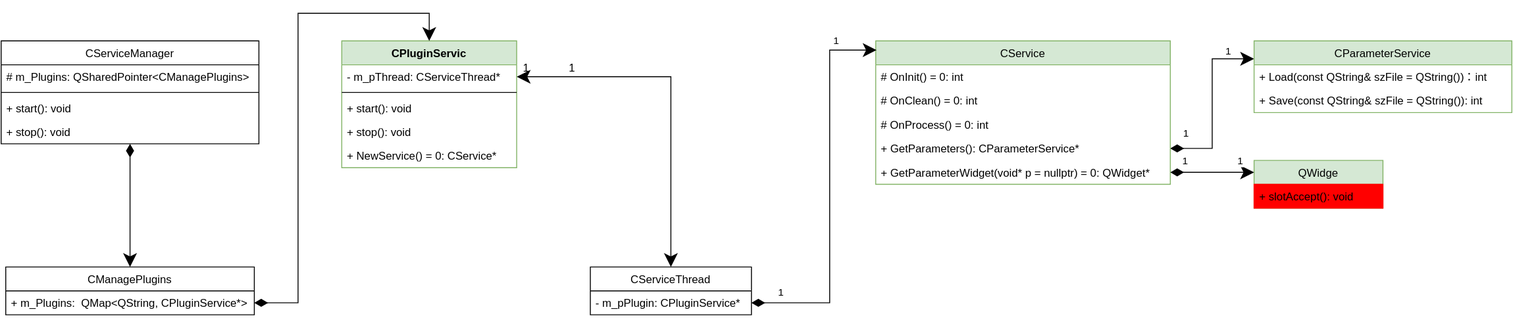
The draw.io diagram docs/Image/PluginServiceAPI.svg in KangLin/RabbitRemoteControl, before a commit. Source tidied: cells renumbered, new cells last; positions are measured from the earlier drawing's top-left corner, leaving out a move shared by most shapes. Source of this version:
```xml
<mxGraphModel>
  <root>
    <mxCell id="0" />
    <mxCell id="1" parent="0" />
    <mxCell id="2" style="edgeStyle=orthogonalEdgeStyle;rounded=0;jettySize=auto;html=1;entryX=0.5;entryY=0;entryDx=0;entryDy=0;startArrow=diamondThin;startFill=1;endSize=12;startSize=12;" parent="1" edge="1" source="3" target="32">
      <mxGeometry relative="1" as="geometry" />
    </mxCell>
    <mxCell id="3" value="CServiceManager" style="swimlane;fontStyle=0;horizontal=1;startSize=26;fillColor=none;" parent="1" vertex="1">
      <mxGeometry width="280" height="112" as="geometry" />
    </mxCell>
    <mxCell id="4" value="# m_Plugins: QSharedPointer&lt;CManagePlugins&gt;" style="text;strokeColor=none;fillColor=none;align=left;verticalAlign=top;spacingLeft=4;spacingRight=4;overflow=hidden;" parent="3" vertex="1">
      <mxGeometry y="26" width="280" height="26" as="geometry" />
    </mxCell>
    <mxCell id="5" style="line;strokeWidth=1;fillColor=none;align=left;verticalAlign=middle;spacingTop=-1;spacingLeft=3;spacingRight=3;labelPosition=right;" parent="3" vertex="1">
      <mxGeometry y="52" width="280" height="8" as="geometry" />
    </mxCell>
    <mxCell id="6" value="+ start(): void" style="text;strokeColor=none;fillColor=none;align=left;verticalAlign=top;spacingLeft=4;spacingRight=4;overflow=hidden;" parent="3" vertex="1">
      <mxGeometry y="60" width="280" height="26" as="geometry" />
    </mxCell>
    <mxCell id="7" value="+ stop(): void" style="text;strokeColor=none;fillColor=none;align=left;verticalAlign=top;spacingLeft=4;spacingRight=4;overflow=hidden;" parent="3" vertex="1">
      <mxGeometry y="86" width="280" height="26" as="geometry" />
    </mxCell>
    <mxCell id="8" style="edgeStyle=orthogonalEdgeStyle;rounded=0;jettySize=auto;html=1;exitX=1;exitY=0.75;exitDx=0;exitDy=0;entryX=0;entryY=0.25;entryDx=0;entryDy=0;startArrow=diamondThin;startFill=1;startSize=12;endSize=12;" parent="1" edge="1" source="11" target="28">
      <mxGeometry relative="1" as="geometry" />
    </mxCell>
    <mxCell id="9" value="1" style="edgeLabel;html=1;align=center;verticalAlign=middle;" parent="8" vertex="1">
      <mxGeometry x="0.69" y="-1" relative="1" as="geometry">
        <mxPoint x="1" y="-10" as="offset" />
      </mxGeometry>
    </mxCell>
    <mxCell id="10" value="1" style="edgeLabel;html=1;align=center;verticalAlign=middle;" parent="8" vertex="1">
      <mxGeometry x="-0.68" y="-1" relative="1" as="geometry">
        <mxPoint x="-14" y="-18" as="offset" />
      </mxGeometry>
    </mxCell>
    <mxCell id="11" value="CService" style="swimlane;fontStyle=0;horizontal=1;startSize=26;fillColor=#d5e8d4;strokeColor=#82b366;" parent="1" vertex="1">
      <mxGeometry x="950" width="320" height="156" as="geometry" />
    </mxCell>
    <mxCell id="12" value="# OnInit() = 0: int" style="text;strokeColor=none;fillColor=none;align=left;verticalAlign=top;spacingLeft=4;spacingRight=4;overflow=hidden;" parent="11" vertex="1">
      <mxGeometry y="26" width="320" height="26" as="geometry" />
    </mxCell>
    <mxCell id="13" value="# OnClean() = 0: int" style="text;strokeColor=none;fillColor=none;align=left;verticalAlign=top;spacingLeft=4;spacingRight=4;overflow=hidden;" parent="11" vertex="1">
      <mxGeometry y="52" width="320" height="26" as="geometry" />
    </mxCell>
    <mxCell id="14" value="# OnProcess() = 0: int" style="text;strokeColor=none;fillColor=none;align=left;verticalAlign=top;spacingLeft=4;spacingRight=4;overflow=hidden;" parent="11" vertex="1">
      <mxGeometry y="78" width="320" height="26" as="geometry" />
    </mxCell>
    <mxCell id="15" value="+ GetParameters(): CParameterService*" style="text;strokeColor=none;fillColor=none;align=left;verticalAlign=top;spacingLeft=4;spacingRight=4;overflow=hidden;" parent="11" vertex="1">
      <mxGeometry y="104" width="320" height="26" as="geometry" />
    </mxCell>
    <mxCell id="16" value="+ GetParameterWidget(void* p = nullptr) = 0: QWidget*" style="text;strokeColor=none;fillColor=none;align=left;verticalAlign=top;spacingLeft=4;spacingRight=4;overflow=hidden;points=[[0,0.5],[1,0.5]];portConstraint=eastwest;" parent="11" vertex="1">
      <mxGeometry y="130" width="320" height="26" as="geometry" />
    </mxCell>
    <mxCell id="17" value="CPluginServic" style="swimlane;fontStyle=1;align=center;verticalAlign=top;horizontal=1;startSize=26;fillColor=#d5e8d4;strokeColor=#82b366;" parent="1" vertex="1">
      <mxGeometry x="370" width="190" height="138" as="geometry" />
    </mxCell>
    <mxCell id="18" value="- m_pThread: CServiceThread*" style="text;strokeColor=none;fillColor=none;align=left;verticalAlign=top;spacingLeft=4;spacingRight=4;overflow=hidden;points=[[0,0.5],[1,0.5]];portConstraint=eastwest;" parent="17" vertex="1">
      <mxGeometry y="26" width="190" height="26" as="geometry" />
    </mxCell>
    <mxCell id="19" style="line;strokeWidth=1;fillColor=none;align=left;verticalAlign=middle;spacingTop=-1;spacingLeft=3;spacingRight=3;labelPosition=right;" parent="17" vertex="1">
      <mxGeometry y="52" width="190" height="8" as="geometry" />
    </mxCell>
    <mxCell id="20" value="+ start(): void" style="text;strokeColor=none;fillColor=none;align=left;verticalAlign=top;spacingLeft=4;spacingRight=4;overflow=hidden;" parent="17" vertex="1">
      <mxGeometry y="60" width="190" height="26" as="geometry" />
    </mxCell>
    <mxCell id="21" value="+ stop(): void&#10;&#10;&#10;" style="text;strokeColor=none;fillColor=none;align=left;verticalAlign=top;spacingLeft=4;spacingRight=4;overflow=hidden;" parent="17" vertex="1">
      <mxGeometry y="86" width="190" height="26" as="geometry" />
    </mxCell>
    <mxCell id="22" value="+ NewService() = 0: CService*" style="text;strokeColor=none;fillColor=none;align=left;verticalAlign=top;spacingLeft=4;spacingRight=4;overflow=hidden;" parent="17" vertex="1">
      <mxGeometry y="112" width="190" height="26" as="geometry" />
    </mxCell>
    <mxCell id="23" style="edgeStyle=orthogonalEdgeStyle;rounded=0;jettySize=auto;html=1;startArrow=diamondThin;startFill=1;startSize=12;endSize=12;exitX=1;exitY=0.75;exitDx=0;exitDy=0;entryX=0.003;entryY=0.064;entryDx=0;entryDy=0;entryPerimeter=0;" parent="1" edge="1" source="26" target="11">
      <mxGeometry relative="1" as="geometry">
        <Array as="points">
          <mxPoint x="900" y="285" />
          <mxPoint x="900" y="10" />
        </Array>
      </mxGeometry>
    </mxCell>
    <mxCell id="24" value="1" style="edgeLabel;html=1;align=center;verticalAlign=middle;" parent="23" vertex="1">
      <mxGeometry x="0.86" y="-1" relative="1" as="geometry">
        <mxPoint x="-16" y="-11" as="offset" />
      </mxGeometry>
    </mxCell>
    <mxCell id="25" value="&lt;div&gt;1&lt;/div&gt;" style="edgeLabel;html=1;align=center;verticalAlign=middle;" parent="23" vertex="1">
      <mxGeometry x="-0.85" y="1" relative="1" as="geometry">
        <mxPoint y="-11" as="offset" />
      </mxGeometry>
    </mxCell>
    <mxCell id="26" value="CServiceThread" style="swimlane;fontStyle=0;horizontal=1;startSize=26;fillColor=none;" parent="1" vertex="1">
      <mxGeometry x="640" y="246" width="175" height="52" as="geometry" />
    </mxCell>
    <mxCell id="27" value="- m_pPlugin: CPluginService*" style="text;strokeColor=none;fillColor=none;align=left;verticalAlign=top;spacingLeft=4;spacingRight=4;overflow=hidden;" parent="26" vertex="1">
      <mxGeometry y="26" width="175" height="26" as="geometry" />
    </mxCell>
    <mxCell id="28" value="CParameterService" style="swimlane;fontStyle=0;horizontal=1;startSize=26;fillColor=#d5e8d4;strokeColor=#82b366;" parent="1" vertex="1">
      <mxGeometry x="1361" width="280" height="78" as="geometry" />
    </mxCell>
    <mxCell id="29" value="+ Load(const QString&amp; szFile = QString())：int" style="text;strokeColor=none;fillColor=none;align=left;verticalAlign=top;spacingLeft=4;spacingRight=4;overflow=hidden;" parent="28" vertex="1">
      <mxGeometry y="26" width="280" height="26" as="geometry" />
    </mxCell>
    <mxCell id="30" value="+ Save(const QString&amp; szFile = QString()): int" style="text;strokeColor=none;fillColor=none;align=left;verticalAlign=top;spacingLeft=4;spacingRight=4;overflow=hidden;" parent="28" vertex="1">
      <mxGeometry y="52" width="280" height="26" as="geometry" />
    </mxCell>
    <mxCell id="31" style="edgeStyle=orthogonalEdgeStyle;rounded=0;jettySize=auto;html=1;exitX=1;exitY=0.5;exitDx=0;exitDy=0;entryX=0.5;entryY=0;entryDx=0;entryDy=0;startArrow=diamondThin;startFill=1;startSize=12;endSize=12;" parent="1" edge="1" source="33" target="17">
      <mxGeometry relative="1" as="geometry" />
    </mxCell>
    <mxCell id="32" value="CManagePlugins" style="swimlane;fontStyle=0;horizontal=1;startSize=26;fillColor=none;" parent="1" vertex="1">
      <mxGeometry x="5" y="246" width="270" height="52" as="geometry" />
    </mxCell>
    <mxCell id="33" value="+ m_Plugins:  QMap&lt;QString, CPluginService*&gt;" style="text;strokeColor=none;fillColor=none;align=left;verticalAlign=top;spacingLeft=4;spacingRight=4;overflow=hidden;points=[[0,0.5],[1,0.5]];portConstraint=eastwest;" parent="32" vertex="1">
      <mxGeometry y="26" width="270" height="26" as="geometry" />
    </mxCell>
    <mxCell id="34" value="QWidge" style="swimlane;fontStyle=0;horizontal=1;startSize=26;fillColor=#d5e8d4;strokeColor=#82b366;" parent="1" vertex="1">
      <mxGeometry x="1361" y="130" width="140" height="52" as="geometry" />
    </mxCell>
    <mxCell id="35" value="+ slotAccept(): void " style="text;strokeColor=#FF0000;fillColor=#FF0000;align=left;verticalAlign=top;spacingLeft=4;spacingRight=4;overflow=hidden;" parent="34" vertex="1">
      <mxGeometry y="26" width="140" height="26" as="geometry" />
    </mxCell>
    <mxCell id="36" style="edgeStyle=orthogonalEdgeStyle;rounded=0;jettySize=auto;html=1;exitX=1;exitY=0.5;exitDx=0;exitDy=0;entryX=0;entryY=0.25;entryDx=0;entryDy=0;startArrow=diamondThin;startFill=1;startSize=12;endSize=12;" parent="1" edge="1" source="16" target="34">
      <mxGeometry relative="1" as="geometry" />
    </mxCell>
    <mxCell id="37" value="1" style="edgeLabel;html=1;align=center;verticalAlign=middle;" parent="36" vertex="1">
      <mxGeometry x="-0.67" relative="1" as="geometry">
        <mxPoint y="-13" as="offset" />
      </mxGeometry>
    </mxCell>
    <mxCell id="38" value="1" style="edgeLabel;html=1;align=center;verticalAlign=middle;" parent="36" vertex="1">
      <mxGeometry x="0.66" y="1" relative="1" as="geometry">
        <mxPoint y="-12" as="offset" />
      </mxGeometry>
    </mxCell>
    <mxCell id="39" style="edgeStyle=orthogonalEdgeStyle;rounded=0;jettySize=auto;html=1;startArrow=classic;startFill=1;endArrow=classic;endFill=1;exitX=0.5;exitY=0;exitDx=0;exitDy=0;endSize=12;startSize=12;" parent="1" edge="1" source="26" target="18">
      <mxGeometry relative="1" as="geometry" />
    </mxCell>
    <mxCell id="40" value="1" style="text;html=1;align=center;verticalAlign=middle;strokeColor=none;fillColor=none;" parent="1" vertex="1">
      <mxGeometry x="560" y="20" width="20" height="20" as="geometry" />
    </mxCell>
    <mxCell id="41" value="1" style="text;html=1;align=center;verticalAlign=middle;strokeColor=none;fillColor=none;" parent="1" vertex="1">
      <mxGeometry x="610" y="20" width="20" height="20" as="geometry" />
    </mxCell>
  </root>
</mxGraphModel>
```
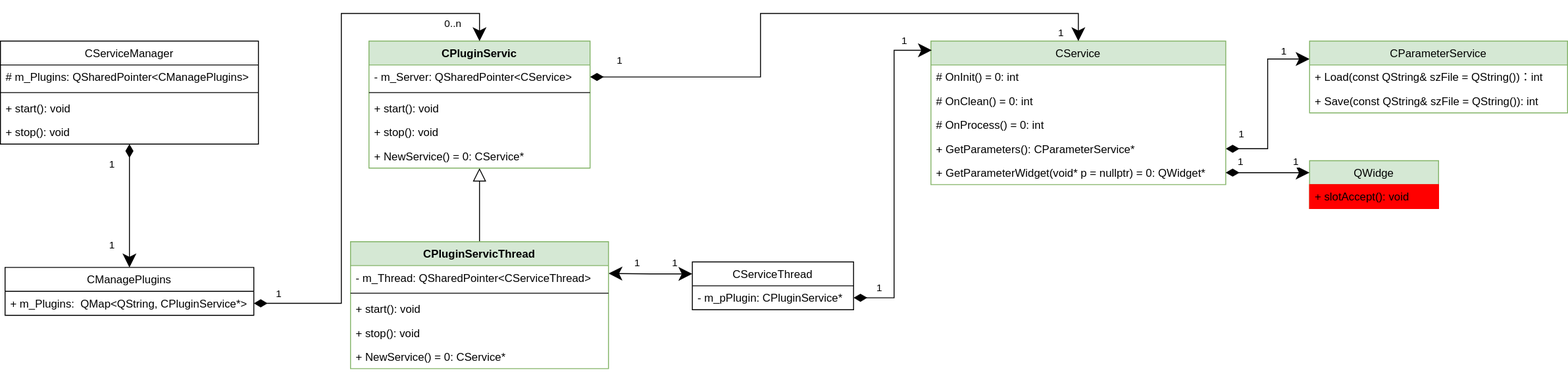
The same diagram one commit later.

Diff of the diagram source:
```diff
@@ -5,8 +5,18 @@
     <mxCell id="2" style="edgeStyle=orthogonalEdgeStyle;rounded=0;jettySize=auto;html=1;entryX=0.5;entryY=0;entryDx=0;entryDy=0;startArrow=diamondThin;startFill=1;endSize=12;startSize=12;" parent="1" edge="1" source="3" target="32">
       <mxGeometry relative="1" as="geometry" />
     </mxCell>
+    <mxCell id="42" value="1" style="edgeLabel;html=1;align=center;verticalAlign=middle;" parent="2" vertex="1">
+      <mxGeometry x="-0.69" y="-4" relative="1" as="geometry">
+        <mxPoint x="-16" as="offset" />
+      </mxGeometry>
+    </mxCell>
+    <mxCell id="43" value="1" style="edgeLabel;html=1;align=center;verticalAlign=middle;" parent="2" vertex="1">
+      <mxGeometry x="0.63" y="-2" relative="1" as="geometry">
+        <mxPoint x="-18" as="offset" />
+      </mxGeometry>
+    </mxCell>
     <mxCell id="3" value="CServiceManager" style="swimlane;fontStyle=0;horizontal=1;startSize=26;fillColor=none;" parent="1" vertex="1">
-      <mxGeometry width="280" height="112" as="geometry" />
+      <mxGeometry x="-60" width="280" height="112" as="geometry" />
     </mxCell>
     <mxCell id="4" value="# m_Plugins: QSharedPointer&lt;CManagePlugins&gt;" style="text;strokeColor=none;fillColor=none;align=left;verticalAlign=top;spacingLeft=4;spacingRight=4;overflow=hidden;" parent="3" vertex="1">
       <mxGeometry y="26" width="280" height="26" as="geometry" />
@@ -51,35 +61,38 @@
     <mxCell id="16" value="+ GetParameterWidget(void* p = nullptr) = 0: QWidget*" style="text;strokeColor=none;fillColor=none;align=left;verticalAlign=top;spacingLeft=4;spacingRight=4;overflow=hidden;points=[[0,0.5],[1,0.5]];portConstraint=eastwest;" parent="11" vertex="1">
       <mxGeometry y="130" width="320" height="26" as="geometry" />
     </mxCell>
+    <mxCell id="44" style="edgeStyle=orthogonalEdgeStyle;rounded=0;jettySize=auto;html=1;startArrow=block;startFill=0;endArrow=none;endFill=0;startSize=12;endSize=12;" parent="1" edge="1" source="17" target="49">
+      <mxGeometry relative="1" as="geometry" />
+    </mxCell>
     <mxCell id="17" value="CPluginServic" style="swimlane;fontStyle=1;align=center;verticalAlign=top;horizontal=1;startSize=26;fillColor=#d5e8d4;strokeColor=#82b366;" parent="1" vertex="1">
-      <mxGeometry x="370" width="190" height="138" as="geometry" />
+      <mxGeometry x="340" width="240" height="138" as="geometry" />
     </mxCell>
-    <mxCell id="18" value="- m_pThread: CServiceThread*" style="text;strokeColor=none;fillColor=none;align=left;verticalAlign=top;spacingLeft=4;spacingRight=4;overflow=hidden;points=[[0,0.5],[1,0.5]];portConstraint=eastwest;" parent="17" vertex="1">
-      <mxGeometry y="26" width="190" height="26" as="geometry" />
+    <mxCell id="18" value="- m_Server:  QSharedPointer&lt;CService&gt;" style="text;strokeColor=none;fillColor=none;align=left;verticalAlign=top;spacingLeft=4;spacingRight=4;overflow=hidden;points=[[0,0.5],[1,0.5]];portConstraint=eastwest;" parent="17" vertex="1">
+      <mxGeometry y="26" width="240" height="26" as="geometry" />
     </mxCell>
     <mxCell id="19" style="line;strokeWidth=1;fillColor=none;align=left;verticalAlign=middle;spacingTop=-1;spacingLeft=3;spacingRight=3;labelPosition=right;" parent="17" vertex="1">
-      <mxGeometry y="52" width="190" height="8" as="geometry" />
+      <mxGeometry y="52" width="240" height="8" as="geometry" />
     </mxCell>
     <mxCell id="20" value="+ start(): void" style="text;strokeColor=none;fillColor=none;align=left;verticalAlign=top;spacingLeft=4;spacingRight=4;overflow=hidden;" parent="17" vertex="1">
-      <mxGeometry y="60" width="190" height="26" as="geometry" />
+      <mxGeometry y="60" width="240" height="26" as="geometry" />
     </mxCell>
     <mxCell id="21" value="+ stop(): void&#10;&#10;&#10;" style="text;strokeColor=none;fillColor=none;align=left;verticalAlign=top;spacingLeft=4;spacingRight=4;overflow=hidden;" parent="17" vertex="1">
-      <mxGeometry y="86" width="190" height="26" as="geometry" />
+      <mxGeometry y="86" width="240" height="26" as="geometry" />
     </mxCell>
     <mxCell id="22" value="+ NewService() = 0: CService*" style="text;strokeColor=none;fillColor=none;align=left;verticalAlign=top;spacingLeft=4;spacingRight=4;overflow=hidden;" parent="17" vertex="1">
-      <mxGeometry y="112" width="190" height="26" as="geometry" />
+      <mxGeometry y="112" width="240" height="26" as="geometry" />
     </mxCell>
     <mxCell id="23" style="edgeStyle=orthogonalEdgeStyle;rounded=0;jettySize=auto;html=1;startArrow=diamondThin;startFill=1;startSize=12;endSize=12;exitX=1;exitY=0.75;exitDx=0;exitDy=0;entryX=0.003;entryY=0.064;entryDx=0;entryDy=0;entryPerimeter=0;" parent="1" edge="1" source="26" target="11">
       <mxGeometry relative="1" as="geometry">
         <Array as="points">
-          <mxPoint x="900" y="285" />
-          <mxPoint x="900" y="10" />
+          <mxPoint x="910" y="279" />
+          <mxPoint x="910" y="10" />
         </Array>
       </mxGeometry>
     </mxCell>
     <mxCell id="24" value="1" style="edgeLabel;html=1;align=center;verticalAlign=middle;" parent="23" vertex="1">
       <mxGeometry x="0.86" y="-1" relative="1" as="geometry">
-        <mxPoint x="-16" y="-11" as="offset" />
+        <mxPoint x="-6" y="-11" as="offset" />
       </mxGeometry>
     </mxCell>
     <mxCell id="25" value="&lt;div&gt;1&lt;/div&gt;" style="edgeLabel;html=1;align=center;verticalAlign=middle;" parent="23" vertex="1">
@@ -88,7 +101,7 @@
       </mxGeometry>
     </mxCell>
     <mxCell id="26" value="CServiceThread" style="swimlane;fontStyle=0;horizontal=1;startSize=26;fillColor=none;" parent="1" vertex="1">
-      <mxGeometry x="640" y="246" width="175" height="52" as="geometry" />
+      <mxGeometry x="691" y="240" width="175" height="52" as="geometry" />
     </mxCell>
     <mxCell id="27" value="- m_pPlugin: CPluginService*" style="text;strokeColor=none;fillColor=none;align=left;verticalAlign=top;spacingLeft=4;spacingRight=4;overflow=hidden;" parent="26" vertex="1">
       <mxGeometry y="26" width="175" height="26" as="geometry" />
@@ -103,10 +116,26 @@
       <mxGeometry y="52" width="280" height="26" as="geometry" />
     </mxCell>
     <mxCell id="31" style="edgeStyle=orthogonalEdgeStyle;rounded=0;jettySize=auto;html=1;exitX=1;exitY=0.5;exitDx=0;exitDy=0;entryX=0.5;entryY=0;entryDx=0;entryDy=0;startArrow=diamondThin;startFill=1;startSize=12;endSize=12;" parent="1" edge="1" source="33" target="17">
-      <mxGeometry relative="1" as="geometry" />
+      <mxGeometry relative="1" as="geometry">
+        <Array as="points">
+          <mxPoint x="310" y="285" />
+          <mxPoint x="310" y="-30" />
+          <mxPoint x="460" y="-30" />
+        </Array>
+      </mxGeometry>
     </mxCell>
+    <mxCell id="45" value="1" style="edgeLabel;html=1;align=center;verticalAlign=middle;" parent="31" vertex="1">
+      <mxGeometry x="-0.91" y="2" relative="1" as="geometry">
+        <mxPoint y="-9" as="offset" />
+      </mxGeometry>
+    </mxCell>
+    <mxCell id="46" value="0..n" style="edgeLabel;html=1;align=center;verticalAlign=middle;" parent="31" vertex="1">
+      <mxGeometry x="0.91" y="1" relative="1" as="geometry">
+        <mxPoint x="-31" y="7" as="offset" />
+      </mxGeometry>
+    </mxCell>
     <mxCell id="32" value="CManagePlugins" style="swimlane;fontStyle=0;horizontal=1;startSize=26;fillColor=none;" parent="1" vertex="1">
-      <mxGeometry x="5" y="246" width="270" height="52" as="geometry" />
+      <mxGeometry x="-55" y="246" width="270" height="52" as="geometry" />
     </mxCell>
     <mxCell id="33" value="+ m_Plugins:  QMap&lt;QString, CPluginService*&gt;" style="text;strokeColor=none;fillColor=none;align=left;verticalAlign=top;spacingLeft=4;spacingRight=4;overflow=hidden;points=[[0,0.5],[1,0.5]];portConstraint=eastwest;" parent="32" vertex="1">
       <mxGeometry y="26" width="270" height="26" as="geometry" />
@@ -130,14 +159,49 @@
         <mxPoint y="-12" as="offset" />
       </mxGeometry>
     </mxCell>
-    <mxCell id="39" style="edgeStyle=orthogonalEdgeStyle;rounded=0;jettySize=auto;html=1;startArrow=classic;startFill=1;endArrow=classic;endFill=1;exitX=0.5;exitY=0;exitDx=0;exitDy=0;endSize=12;startSize=12;" parent="1" edge="1" source="26" target="18">
+    <mxCell id="39" style="edgeStyle=orthogonalEdgeStyle;rounded=0;jettySize=auto;html=1;startArrow=classic;startFill=1;endArrow=classic;endFill=1;exitX=0;exitY=0.25;exitDx=0;exitDy=0;endSize=12;startSize=12;entryX=1;entryY=0.25;entryDx=0;entryDy=0;" parent="1" edge="1" source="26" target="49">
       <mxGeometry relative="1" as="geometry" />
     </mxCell>
-    <mxCell id="40" value="1" style="text;html=1;align=center;verticalAlign=middle;strokeColor=none;fillColor=none;" parent="1" vertex="1">
-      <mxGeometry x="560" y="20" width="20" height="20" as="geometry" />
-    </mxCell>
-    <mxCell id="41" value="1" style="text;html=1;align=center;verticalAlign=middle;strokeColor=none;fillColor=none;" parent="1" vertex="1">
-      <mxGeometry x="610" y="20" width="20" height="20" as="geometry" />
-    </mxCell>
+    <mxCell id="47" value="1" style="edgeLabel;html=1;align=center;verticalAlign=middle;" parent="39" vertex="1">
+      <mxGeometry x="-0.86" y="-1" relative="1" as="geometry">
+        <mxPoint x="-14" y="-12" as="offset" />
+      </mxGeometry>
+    </mxCell>
+    <mxCell id="48" value="1" style="edgeLabel;html=1;align=center;verticalAlign=middle;" parent="39" vertex="1">
+      <mxGeometry x="0.85" relative="1" as="geometry">
+        <mxPoint x="23" y="-12" as="offset" />
+      </mxGeometry>
+    </mxCell>
+    <mxCell id="49" value="CPluginServicThread" style="swimlane;fontStyle=1;align=center;verticalAlign=top;horizontal=1;startSize=26;fillColor=#d5e8d4;strokeColor=#82b366;" parent="1" vertex="1">
+      <mxGeometry x="320" y="218" width="280" height="138" as="geometry" />
+    </mxCell>
+    <mxCell id="50" value="- m_Thread: QSharedPointer&lt;CServiceThread&gt;" style="text;strokeColor=none;fillColor=none;align=left;verticalAlign=top;spacingLeft=4;spacingRight=4;overflow=hidden;" parent="49" vertex="1">
+      <mxGeometry y="26" width="280" height="26" as="geometry" />
+    </mxCell>
+    <mxCell id="51" style="line;strokeWidth=1;fillColor=none;align=left;verticalAlign=middle;spacingTop=-1;spacingLeft=3;spacingRight=3;labelPosition=right;" parent="49" vertex="1">
+      <mxGeometry y="52" width="280" height="8" as="geometry" />
+    </mxCell>
+    <mxCell id="52" value="+ start(): void" style="text;strokeColor=none;fillColor=none;align=left;verticalAlign=top;spacingLeft=4;spacingRight=4;overflow=hidden;" parent="49" vertex="1">
+      <mxGeometry y="60" width="280" height="26" as="geometry" />
+    </mxCell>
+    <mxCell id="53" value="+ stop(): void&#10;&#10;&#10;" style="text;strokeColor=none;fillColor=none;align=left;verticalAlign=top;spacingLeft=4;spacingRight=4;overflow=hidden;" parent="49" vertex="1">
+      <mxGeometry y="86" width="280" height="26" as="geometry" />
+    </mxCell>
+    <mxCell id="54" value="+ NewService() = 0: CService*" style="text;strokeColor=none;fillColor=none;align=left;verticalAlign=top;spacingLeft=4;spacingRight=4;overflow=hidden;" parent="49" vertex="1">
+      <mxGeometry y="112" width="280" height="26" as="geometry" />
+    </mxCell>
+    <mxCell id="55" style="edgeStyle=orthogonalEdgeStyle;rounded=0;jettySize=auto;html=1;entryX=0.5;entryY=0;entryDx=0;entryDy=0;startArrow=diamondThin;startFill=1;endArrow=classic;endFill=1;startSize=12;endSize=12;" parent="1" edge="1" source="18" target="11">
+      <mxGeometry relative="1" as="geometry" />
+    </mxCell>
+    <mxCell id="56" value="1" style="edgeLabel;html=1;align=center;verticalAlign=middle;" parent="55" vertex="1">
+      <mxGeometry x="-0.9" y="-1" relative="1" as="geometry">
+        <mxPoint y="-20" as="offset" />
+      </mxGeometry>
+    </mxCell>
+    <mxCell id="57" value="1" style="edgeLabel;html=1;align=center;verticalAlign=middle;" parent="55" vertex="1">
+      <mxGeometry x="0.92" relative="1" as="geometry">
+        <mxPoint x="-20" y="15" as="offset" />
+      </mxGeometry>
+    </mxCell>
   </root>
 </mxGraphModel>
```
